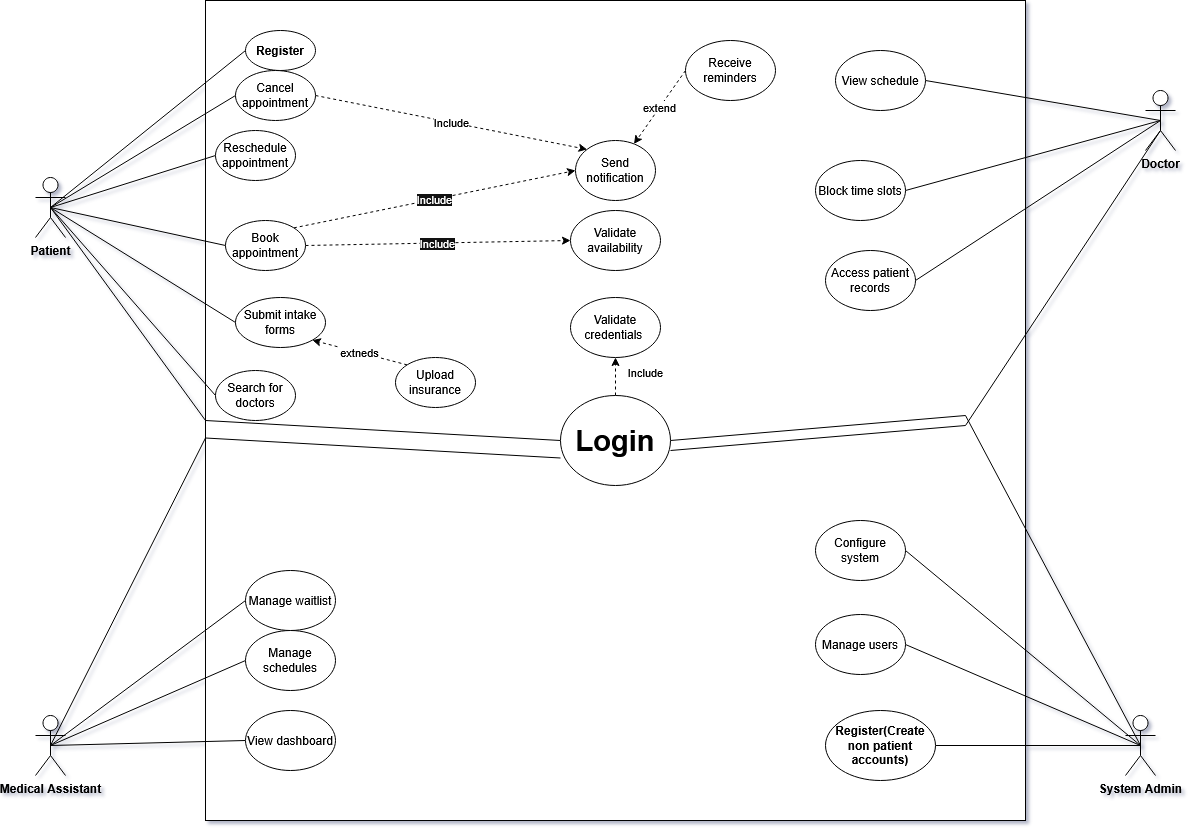
Before: diagrams/Untitled Diagram.drawio.png, a diagram exported from draw.io (Ali-Hegazy-Ai/Clinic-Reservation-System). Source tidied: cells renumbered, new cells last; positions are measured from the earlier drawing's top-left corner, leaving out a move shared by most shapes. The source it was exported from:
```xml
<mxGraphModel>
  <root>
    <mxCell id="0" />
    <mxCell id="1" parent="0" />
    <mxCell id="2" value="&amp;nbsp;" style="whiteSpace=wrap;html=1;" parent="1" vertex="1">
      <mxGeometry x="170" width="820" height="820" as="geometry" />
    </mxCell>
    <mxCell id="3" style="rounded=0;jettySize=auto;html=1;exitX=0.5;exitY=0.5;exitDx=0;exitDy=0;exitPerimeter=0;entryX=0;entryY=0.5;entryDx=0;entryDy=0;endArrow=none;endFill=0;" parent="1" edge="1" source="10" target="40">
      <mxGeometry relative="1" as="geometry" />
    </mxCell>
    <mxCell id="4" style="rounded=0;jettySize=auto;html=1;exitX=0.5;exitY=0.5;exitDx=0;exitDy=0;exitPerimeter=0;entryX=0;entryY=0.5;entryDx=0;entryDy=0;endArrow=none;endFill=0;" parent="1" edge="1" source="10" target="46">
      <mxGeometry relative="1" as="geometry" />
    </mxCell>
    <mxCell id="5" style="rounded=0;jettySize=auto;html=1;exitX=0.5;exitY=0.5;exitDx=0;exitDy=0;exitPerimeter=0;entryX=0;entryY=0.5;entryDx=0;entryDy=0;endArrow=none;endFill=0;" parent="1" edge="1" source="10" target="44">
      <mxGeometry relative="1" as="geometry" />
    </mxCell>
    <mxCell id="6" style="rounded=0;jettySize=auto;html=1;exitX=0.5;exitY=0.5;exitDx=0;exitDy=0;exitPerimeter=0;entryX=0;entryY=0.5;entryDx=0;entryDy=0;endArrow=none;endFill=0;" parent="1" edge="1" source="10" target="43">
      <mxGeometry relative="1" as="geometry" />
    </mxCell>
    <mxCell id="7" style="rounded=0;jettySize=auto;html=1;exitX=0.5;exitY=0.5;exitDx=0;exitDy=0;exitPerimeter=0;entryX=0;entryY=0.5;entryDx=0;entryDy=0;endArrow=none;endFill=0;" parent="1" edge="1" source="10" target="48">
      <mxGeometry relative="1" as="geometry" />
    </mxCell>
    <mxCell id="8" style="rounded=0;jettySize=auto;html=1;exitX=0.5;exitY=0.5;exitDx=0;exitDy=0;exitPerimeter=0;entryX=0;entryY=0.5;entryDx=0;entryDy=0;endArrow=none;endFill=0;" parent="1" edge="1" source="10" target="47">
      <mxGeometry relative="1" as="geometry" />
    </mxCell>
    <mxCell id="9" style="rounded=0;jettySize=auto;html=1;exitX=0.5;exitY=0.5;exitDx=0;exitDy=0;exitPerimeter=0;entryX=0;entryY=0.5;entryDx=0;entryDy=0;endArrow=none;endFill=0;" parent="1" edge="1" source="10" target="37">
      <mxGeometry relative="1" as="geometry">
        <Array as="points">
          <mxPoint x="170" y="420" />
        </Array>
      </mxGeometry>
    </mxCell>
    <mxCell id="10" value="&lt;div&gt;&lt;strong&gt;Patient&lt;/strong&gt;&lt;/div&gt;" style="shape=umlActor;verticalLabelPosition=bottom;verticalAlign=top;html=1;outlineConnect=0;" parent="1" vertex="1">
      <mxGeometry y="177" width="30" height="60" as="geometry" />
    </mxCell>
    <mxCell id="11" style="rounded=0;jettySize=auto;html=1;entryX=0;entryY=0.5;entryDx=0;entryDy=0;endArrow=none;endFill=0;exitX=0.5;exitY=0.5;exitDx=0;exitDy=0;exitPerimeter=0;" parent="1" edge="1" source="15">
      <mxGeometry relative="1" as="geometry">
        <mxPoint x="525" y="457.5" as="targetPoint" />
        <Array as="points">
          <mxPoint x="170" y="437.5" />
        </Array>
      </mxGeometry>
    </mxCell>
    <mxCell id="12" style="rounded=0;jettySize=auto;html=1;exitX=0.5;exitY=0.5;exitDx=0;exitDy=0;exitPerimeter=0;entryX=0;entryY=0.5;entryDx=0;entryDy=0;endArrow=none;endFill=0;" parent="1" edge="1" source="15" target="29">
      <mxGeometry relative="1" as="geometry" />
    </mxCell>
    <mxCell id="13" style="rounded=0;jettySize=auto;html=1;exitX=0.5;exitY=0.5;exitDx=0;exitDy=0;exitPerimeter=0;entryX=0;entryY=0.5;entryDx=0;entryDy=0;endArrow=none;endFill=0;" parent="1" edge="1" source="15" target="31">
      <mxGeometry relative="1" as="geometry" />
    </mxCell>
    <mxCell id="14" style="rounded=0;jettySize=auto;html=1;exitX=0.5;exitY=0.5;exitDx=0;exitDy=0;exitPerimeter=0;entryX=0;entryY=0.5;entryDx=0;entryDy=0;endArrow=none;endFill=0;" parent="1" edge="1" source="15" target="30">
      <mxGeometry relative="1" as="geometry" />
    </mxCell>
    <mxCell id="15" value="&lt;div&gt;&lt;strong&gt;Medical Assistant&lt;/strong&gt;&lt;/div&gt;" style="shape=umlActor;verticalLabelPosition=bottom;verticalAlign=top;html=1;outlineConnect=0;" parent="1" vertex="1">
      <mxGeometry y="715" width="30" height="60" as="geometry" />
    </mxCell>
    <mxCell id="16" style="rounded=0;jettySize=auto;html=1;exitX=0.5;exitY=0.5;exitDx=0;exitDy=0;exitPerimeter=0;entryX=1;entryY=0.5;entryDx=0;entryDy=0;endArrow=none;endFill=0;" parent="1" edge="1" source="20" target="37">
      <mxGeometry relative="1" as="geometry">
        <Array as="points">
          <mxPoint x="930" y="415" />
        </Array>
      </mxGeometry>
    </mxCell>
    <mxCell id="17" style="rounded=0;jettySize=auto;html=1;exitX=0.5;exitY=0.5;exitDx=0;exitDy=0;exitPerimeter=0;entryX=1;entryY=0.5;entryDx=0;entryDy=0;endArrow=none;endFill=0;" parent="1" edge="1" source="20" target="28">
      <mxGeometry relative="1" as="geometry" />
    </mxCell>
    <mxCell id="18" style="rounded=0;jettySize=auto;html=1;exitX=0.5;exitY=0.5;exitDx=0;exitDy=0;exitPerimeter=0;entryX=1;entryY=0.5;entryDx=0;entryDy=0;endArrow=none;endFill=0;" parent="1" edge="1" source="20" target="27">
      <mxGeometry relative="1" as="geometry" />
    </mxCell>
    <mxCell id="19" style="rounded=0;jettySize=auto;html=1;exitX=0.5;exitY=0.5;exitDx=0;exitDy=0;exitPerimeter=0;entryX=1;entryY=0.5;entryDx=0;entryDy=0;endArrow=none;endFill=0;" parent="1" edge="1" source="20" target="26">
      <mxGeometry relative="1" as="geometry" />
    </mxCell>
    <mxCell id="20" value="&lt;strong&gt;System Admin&lt;/strong&gt;" style="shape=umlActor;verticalLabelPosition=bottom;verticalAlign=top;html=1;outlineConnect=0;" parent="1" vertex="1">
      <mxGeometry x="1090" y="715" width="30" height="60" as="geometry" />
    </mxCell>
    <mxCell id="21" style="rounded=0;orthogonalLoop=1;jettySize=auto;html=1;exitX=0.5;exitY=0.5;exitDx=0;exitDy=0;exitPerimeter=0;entryX=1;entryY=0.5;entryDx=0;entryDy=0;endArrow=none;endFill=0;" parent="1" edge="1">
      <mxGeometry relative="1" as="geometry">
        <mxPoint x="1125" y="130" as="sourcePoint" />
        <mxPoint x="635" y="450" as="targetPoint" />
        <Array as="points">
          <mxPoint x="930" y="425" />
        </Array>
      </mxGeometry>
    </mxCell>
    <mxCell id="22" style="rounded=0;jettySize=auto;html=1;exitX=0.5;exitY=0.5;exitDx=0;exitDy=0;exitPerimeter=0;entryX=1;entryY=0.5;entryDx=0;entryDy=0;endArrow=none;endFill=0;" parent="1" edge="1" source="25" target="34">
      <mxGeometry relative="1" as="geometry" />
    </mxCell>
    <mxCell id="23" style="rounded=0;jettySize=auto;html=1;exitX=0.5;exitY=0.5;exitDx=0;exitDy=0;exitPerimeter=0;entryX=1;entryY=0.5;entryDx=0;entryDy=0;endArrow=none;endFill=0;" parent="1" edge="1" source="25" target="33">
      <mxGeometry relative="1" as="geometry" />
    </mxCell>
    <mxCell id="24" style="rounded=0;jettySize=auto;html=1;exitX=0.5;exitY=0.5;exitDx=0;exitDy=0;exitPerimeter=0;entryX=1;entryY=0.5;entryDx=0;entryDy=0;endArrow=none;endFill=0;" parent="1" edge="1" source="25" target="32">
      <mxGeometry relative="1" as="geometry" />
    </mxCell>
    <mxCell id="25" value="&lt;strong&gt;Doctor&lt;/strong&gt;" style="shape=umlActor;verticalLabelPosition=bottom;verticalAlign=top;html=1;outlineConnect=0;" parent="1" vertex="1">
      <mxGeometry x="1110" y="90" width="30" height="60" as="geometry" />
    </mxCell>
    <mxCell id="26" value="Configure system" style="ellipse;whiteSpace=wrap;html=1;" parent="1" vertex="1">
      <mxGeometry x="780" y="520" width="90" height="60" as="geometry" />
    </mxCell>
    <mxCell id="27" value="Manage users" style="ellipse;whiteSpace=wrap;html=1;" parent="1" vertex="1">
      <mxGeometry x="780" y="614" width="90" height="60" as="geometry" />
    </mxCell>
    <mxCell id="28" value="&lt;strong&gt;Register(Create non patient accounts)&lt;/strong&gt;&lt;em&gt;&lt;/em&gt;" style="ellipse;whiteSpace=wrap;html=1;" parent="1" vertex="1">
      <mxGeometry x="790" y="710" width="110" height="70" as="geometry" />
    </mxCell>
    <mxCell id="29" value="View dashboard" style="ellipse;whiteSpace=wrap;html=1;" parent="1" vertex="1">
      <mxGeometry x="210" y="710" width="90" height="60" as="geometry" />
    </mxCell>
    <mxCell id="30" value="Manage waitlist" style="ellipse;whiteSpace=wrap;html=1;" parent="1" vertex="1">
      <mxGeometry x="210" y="570" width="90" height="60" as="geometry" />
    </mxCell>
    <mxCell id="31" value="Manage schedules" style="ellipse;whiteSpace=wrap;html=1;" parent="1" vertex="1">
      <mxGeometry x="210" y="630" width="90" height="60" as="geometry" />
    </mxCell>
    <mxCell id="32" value="Access patient records" style="ellipse;whiteSpace=wrap;html=1;" parent="1" vertex="1">
      <mxGeometry x="790" y="250" width="90" height="60" as="geometry" />
    </mxCell>
    <mxCell id="33" value="Block time slots" style="ellipse;whiteSpace=wrap;html=1;" parent="1" vertex="1">
      <mxGeometry x="780" y="160" width="90" height="60" as="geometry" />
    </mxCell>
    <mxCell id="34" value="View schedule" style="ellipse;whiteSpace=wrap;html=1;" parent="1" vertex="1">
      <mxGeometry x="800" y="50" width="90" height="60" as="geometry" />
    </mxCell>
    <mxCell id="35" value="Validate credentials&amp;nbsp;" style="ellipse;whiteSpace=wrap;html=1;" parent="1" vertex="1">
      <mxGeometry x="535" y="297" width="90" height="60" as="geometry" />
    </mxCell>
    <mxCell id="36" value="Include" style="rounded=0;jettySize=auto;html=1;exitX=0.5;exitY=0;exitDx=0;exitDy=0;entryX=0.5;entryY=1;entryDx=0;entryDy=0;dashed=1;" parent="1" edge="1" source="37" target="35">
      <mxGeometry x="0.2" y="-30" relative="1" as="geometry" />
    </mxCell>
    <mxCell id="37" value="&lt;strong&gt;&lt;font style=&quot;font-size: 29px;&quot;&gt;Login&lt;/font&gt;&lt;/strong&gt;" style="ellipse;whiteSpace=wrap;html=1;" parent="1" vertex="1">
      <mxGeometry x="525" y="395" width="110" height="90" as="geometry" />
    </mxCell>
    <mxCell id="38" value="Validate availability" style="ellipse;whiteSpace=wrap;html=1;" parent="1" vertex="1">
      <mxGeometry x="535" y="210" width="90" height="60" as="geometry" />
    </mxCell>
    <mxCell id="39" value="&lt;meta charset=&quot;utf-8&quot;&gt;Send notification" style="ellipse;whiteSpace=wrap;html=1;" parent="1" vertex="1">
      <mxGeometry x="540" y="140" width="80" height="60" as="geometry" />
    </mxCell>
    <mxCell id="40" value="&lt;strong&gt;Register&lt;/strong&gt;" style="ellipse;whiteSpace=wrap;html=1;" parent="1" vertex="1">
      <mxGeometry x="210" y="30" width="70" height="40" as="geometry" />
    </mxCell>
    <mxCell id="41" value="&lt;span style=&quot;color: rgb(255, 255, 255); font-family: Helvetica; font-size: 11px; font-style: normal; font-variant-ligatures: normal; font-variant-caps: normal; font-weight: 400; letter-spacing: normal; orphans: 2; text-align: center; text-indent: 0px; text-transform: none; widows: 2; word-spacing: 0px; -webkit-text-stroke-width: 0px; white-space: nowrap; background-color: rgb(18, 18, 18); text-decoration-thickness: initial; text-decoration-style: initial; text-decoration-color: initial; display: inline !important; float: none;&quot;&gt;Include&lt;/span&gt;" style="rounded=0;jettySize=auto;html=1;exitX=1;exitY=0.5;exitDx=0;exitDy=0;entryX=0;entryY=0.5;entryDx=0;entryDy=0;dashed=1;" parent="1" edge="1" source="43" target="38">
      <mxGeometry relative="1" as="geometry" />
    </mxCell>
    <mxCell id="42" value="&lt;span style=&quot;color: rgb(255, 255, 255); font-family: Helvetica; font-size: 11px; font-style: normal; font-variant-ligatures: normal; font-variant-caps: normal; font-weight: 400; letter-spacing: normal; orphans: 2; text-align: center; text-indent: 0px; text-transform: none; widows: 2; word-spacing: 0px; -webkit-text-stroke-width: 0px; white-space: nowrap; background-color: rgb(18, 18, 18); text-decoration-thickness: initial; text-decoration-style: initial; text-decoration-color: initial; display: inline !important; float: none;&quot;&gt;Include&lt;/span&gt;" style="rounded=0;jettySize=auto;html=1;exitX=1;exitY=0;exitDx=0;exitDy=0;entryX=0;entryY=0.5;entryDx=0;entryDy=0;dashed=1;" parent="1" edge="1" source="43" target="39">
      <mxGeometry relative="1" as="geometry" />
    </mxCell>
    <mxCell id="43" value="Book appointment" style="ellipse;whiteSpace=wrap;html=1;" parent="1" vertex="1">
      <mxGeometry x="190" y="220" width="80" height="50" as="geometry" />
    </mxCell>
    <mxCell id="44" value="Reschedule appointment" style="ellipse;whiteSpace=wrap;html=1;" parent="1" vertex="1">
      <mxGeometry x="180" y="130" width="80" height="50" as="geometry" />
    </mxCell>
    <mxCell id="45" value="Include" style="rounded=0;jettySize=auto;html=1;exitX=1;exitY=0.5;exitDx=0;exitDy=0;entryX=0;entryY=0;entryDx=0;entryDy=0;dashed=1;" parent="1" edge="1" source="46" target="39">
      <mxGeometry relative="1" as="geometry" />
    </mxCell>
    <mxCell id="46" value="Cancel appointment" style="ellipse;whiteSpace=wrap;html=1;" parent="1" vertex="1">
      <mxGeometry x="200" y="70" width="80" height="50" as="geometry" />
    </mxCell>
    <mxCell id="47" value="Search for doctors" style="ellipse;whiteSpace=wrap;html=1;" parent="1" vertex="1">
      <mxGeometry x="180" y="370" width="80" height="50" as="geometry" />
    </mxCell>
    <mxCell id="48" value="Submit intake forms" style="ellipse;whiteSpace=wrap;html=1;" parent="1" vertex="1">
      <mxGeometry x="200" y="297" width="90" height="50" as="geometry" />
    </mxCell>
    <mxCell id="49" value="extend" style="rounded=0;jettySize=auto;html=1;exitX=0;exitY=0.5;exitDx=0;exitDy=0;dashed=1;" parent="1" edge="1" source="50" target="39">
      <mxGeometry relative="1" as="geometry" />
    </mxCell>
    <mxCell id="50" value="Receive reminders" style="ellipse;whiteSpace=wrap;html=1;" parent="1" vertex="1">
      <mxGeometry x="650" y="40" width="90" height="60" as="geometry" />
    </mxCell>
    <mxCell id="51" value="extneds" style="rounded=0;jettySize=auto;html=1;exitX=0;exitY=0;exitDx=0;exitDy=0;entryX=1;entryY=1;entryDx=0;entryDy=0;dashed=1;" parent="1" edge="1" source="52" target="48">
      <mxGeometry relative="1" as="geometry" />
    </mxCell>
    <mxCell id="52" value="Upload insurance" style="ellipse;whiteSpace=wrap;html=1;" parent="1" vertex="1">
      <mxGeometry x="360" y="357" width="80" height="50" as="geometry" />
    </mxCell>
  </root>
</mxGraphModel>
```
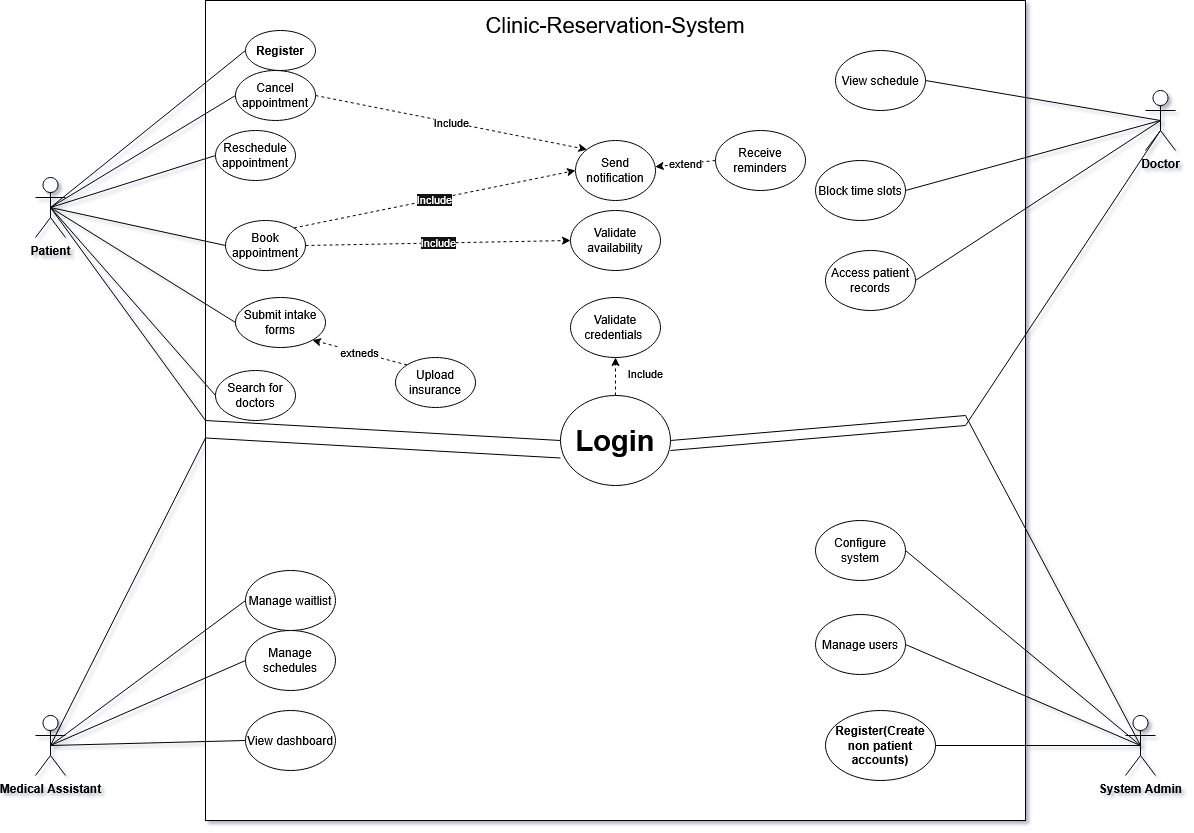
The same file after the commit.

Diff of the diagram source:
```diff
@@ -2,7 +2,7 @@
   <root>
     <mxCell id="0" />
     <mxCell id="1" parent="0" />
-    <mxCell id="2" value="&amp;nbsp;" style="whiteSpace=wrap;html=1;" parent="1" vertex="1">
+    <mxCell id="2" style="whiteSpace=wrap;html=1;" parent="1" vertex="1">
       <mxGeometry x="170" width="820" height="820" as="geometry" />
     </mxCell>
     <mxCell id="3" style="rounded=0;jettySize=auto;html=1;exitX=0.5;exitY=0.5;exitDx=0;exitDy=0;exitPerimeter=0;entryX=0;entryY=0.5;entryDx=0;entryDy=0;endArrow=none;endFill=0;" parent="1" edge="1" source="10" target="40">
@@ -166,7 +166,7 @@
       <mxGeometry relative="1" as="geometry" />
     </mxCell>
     <mxCell id="50" value="Receive reminders" style="ellipse;whiteSpace=wrap;html=1;" parent="1" vertex="1">
-      <mxGeometry x="650" y="40" width="90" height="60" as="geometry" />
+      <mxGeometry x="680" y="130" width="90" height="60" as="geometry" />
     </mxCell>
     <mxCell id="51" value="extneds" style="rounded=0;jettySize=auto;html=1;exitX=0;exitY=0;exitDx=0;exitDy=0;entryX=1;entryY=1;entryDx=0;entryDy=0;dashed=1;" parent="1" edge="1" source="52" target="48">
       <mxGeometry relative="1" as="geometry" />
@@ -174,5 +174,8 @@
     <mxCell id="52" value="Upload insurance" style="ellipse;whiteSpace=wrap;html=1;" parent="1" vertex="1">
       <mxGeometry x="360" y="357" width="80" height="50" as="geometry" />
     </mxCell>
+    <mxCell id="53" value="&lt;font style=&quot;font-size: 22px;&quot;&gt;Clinic-Reservation-System&lt;/font&gt;" style="text;html=1;whiteSpace=wrap;strokeColor=none;fillColor=none;align=center;verticalAlign=middle;rounded=0;" parent="1" vertex="1">
+      <mxGeometry x="440" y="5" width="280" height="40" as="geometry" />
+    </mxCell>
   </root>
 </mxGraphModel>
```
